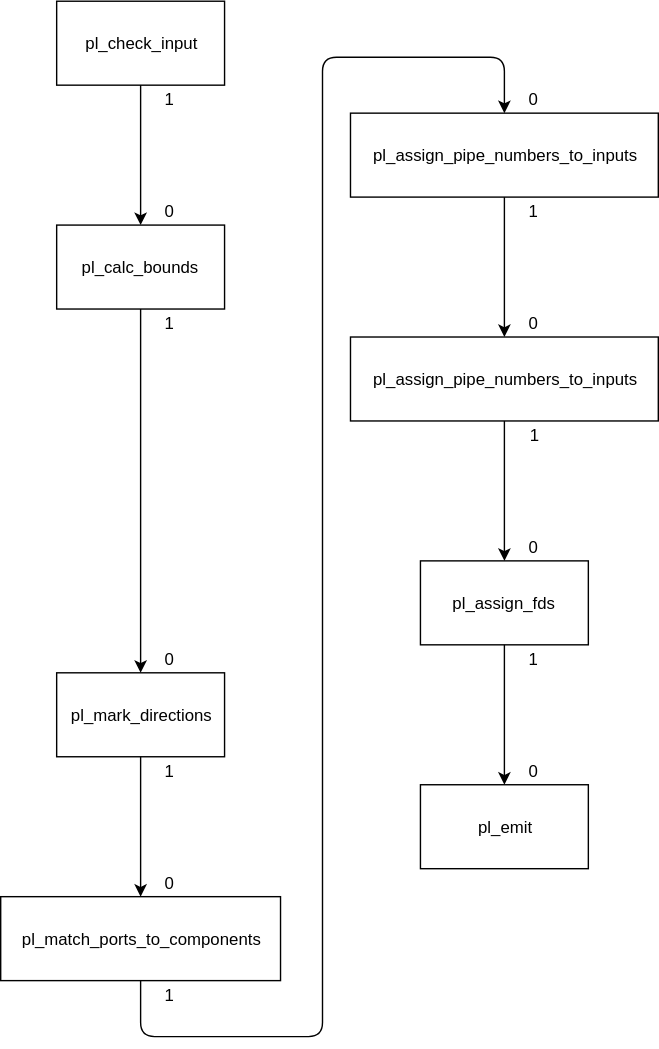
Above: bootstrap-svg/yed_compiler_as_svg.svg in bmfbp/bmfbp (draw.io), before the change. Source tidied: cells renumbered, new cells last; positions are measured from the earlier drawing's top-left corner, leaving out a move shared by most shapes. The source it was exported from:
```xml
<mxGraphModel>
  <root>
    <mxCell id="0" />
    <mxCell id="1" parent="0" />
    <mxCell id="2" value="pl_check_input" style="rounded=0;whiteSpace=wrap;" parent="1" vertex="1">
      <mxGeometry x="40" width="120" height="60" as="geometry" />
    </mxCell>
    <mxCell id="3" value="pl_calc_bounds" style="rounded=0;whiteSpace=wrap;" parent="1" vertex="1">
      <mxGeometry x="40" y="160" width="120" height="60" as="geometry" />
    </mxCell>
    <mxCell id="4" value="pl_mark_directions" style="rounded=0;whiteSpace=wrap;" parent="1" vertex="1">
      <mxGeometry x="40" y="480" width="120" height="60" as="geometry" />
    </mxCell>
    <mxCell id="5" value="pl_match_ports_to_components" style="rounded=0;whiteSpace=wrap;" parent="1" vertex="1">
      <mxGeometry y="640" width="200" height="60" as="geometry" />
    </mxCell>
    <mxCell id="6" value="pl_assign_pipe_numbers_to_inputs" style="rounded=0;whiteSpace=wrap;" parent="1" vertex="1">
      <mxGeometry x="250" y="80" width="220" height="60" as="geometry" />
    </mxCell>
    <mxCell id="7" value="pl_assign_pipe_numbers_to_inputs" style="rounded=0;whiteSpace=wrap;" parent="1" vertex="1">
      <mxGeometry x="250" y="240" width="220" height="60" as="geometry" />
    </mxCell>
    <mxCell id="8" value="pl_assign_fds" style="rounded=0;whiteSpace=wrap;" parent="1" vertex="1">
      <mxGeometry x="300" y="400" width="120" height="60" as="geometry" />
    </mxCell>
    <mxCell id="9" value="pl_emit" style="rounded=0;whiteSpace=wrap;" parent="1" vertex="1">
      <mxGeometry x="300" y="560" width="120" height="60" as="geometry" />
    </mxCell>
    <mxCell id="10" style="endArrow=classic;entryX=0.5;entryY=0;exitX=0.5;exitY=1;" parent="1" edge="1" source="2" target="3">
      <mxGeometry relative="1" as="geometry" />
    </mxCell>
    <mxCell id="11" style="endArrow=classic;entryX=0.5;entryY=0;exitX=0.5;exitY=1;" parent="1" edge="1" source="4" target="5">
      <mxGeometry relative="1" as="geometry" />
    </mxCell>
    <mxCell id="12" style="endArrow=classic;entryX=0.5;entryY=0;exitX=0.5;exitY=1;" parent="1" edge="1" source="6" target="7">
      <mxGeometry relative="1" as="geometry" />
    </mxCell>
    <mxCell id="13" style="endArrow=classic;entryX=0.5;entryY=0;exitX=0.5;exitY=1;" parent="1" edge="1" source="7" target="8">
      <mxGeometry relative="1" as="geometry" />
    </mxCell>
    <mxCell id="14" style="endArrow=classic;entryX=0.5;entryY=0;exitX=0.5;exitY=1;" parent="1" edge="1" source="8" target="9">
      <mxGeometry relative="1" as="geometry" />
    </mxCell>
    <mxCell id="15" style="endArrow=classic;entryX=0.5;entryY=0;exitX=0.5;exitY=1;" parent="1" edge="1" source="5" target="6">
      <mxGeometry relative="1" as="geometry">
        <Array as="points">
          <mxPoint x="100" y="740" />
          <mxPoint x="230" y="740" />
          <mxPoint x="230" y="40" />
          <mxPoint x="360" y="40" />
        </Array>
      </mxGeometry>
    </mxCell>
    <mxCell id="16" value="0" style="text;strokeColor=none;fillColor=none;align=center;verticalAlign=middle;whiteSpace=wrap;rounded=0;" parent="1" vertex="1">
      <mxGeometry x="100" y="140" width="40" height="20" as="geometry" />
    </mxCell>
    <mxCell id="17" value="0" style="text;strokeColor=none;fillColor=none;align=center;verticalAlign=middle;whiteSpace=wrap;rounded=0;" parent="1" vertex="1">
      <mxGeometry x="100" y="620" width="40" height="20" as="geometry" />
    </mxCell>
    <mxCell id="18" value="0" style="text;strokeColor=none;fillColor=none;align=center;verticalAlign=middle;whiteSpace=wrap;rounded=0;" parent="1" vertex="1">
      <mxGeometry x="100" y="460" width="40" height="20" as="geometry" />
    </mxCell>
    <mxCell id="19" value="0" style="text;strokeColor=none;fillColor=none;align=center;verticalAlign=middle;rounded=0;whiteSpace=wrap;" parent="1" vertex="1">
      <mxGeometry x="360" y="60" width="40" height="20" as="geometry" />
    </mxCell>
    <mxCell id="20" value="0" style="text;strokeColor=none;fillColor=none;align=center;verticalAlign=middle;whiteSpace=wrap;rounded=0;" parent="1" vertex="1">
      <mxGeometry x="360" y="220" width="40" height="20" as="geometry" />
    </mxCell>
    <mxCell id="21" value="0" style="text;strokeColor=none;fillColor=none;align=center;verticalAlign=middle;whiteSpace=wrap;rounded=0;" parent="1" vertex="1">
      <mxGeometry x="360" y="380" width="40" height="20" as="geometry" />
    </mxCell>
    <mxCell id="22" value="0" style="text;strokeColor=none;fillColor=none;align=center;verticalAlign=middle;whiteSpace=wrap;rounded=0;" parent="1" vertex="1">
      <mxGeometry x="360" y="540" width="40" height="20" as="geometry" />
    </mxCell>
    <mxCell id="23" value="1" style="text;strokeColor=none;fillColor=none;align=center;verticalAlign=middle;whiteSpace=wrap;rounded=0;" parent="1" vertex="1">
      <mxGeometry x="361" y="300" width="40" height="20" as="geometry" />
    </mxCell>
    <mxCell id="24" value="1" style="text;strokeColor=none;fillColor=none;align=center;verticalAlign=middle;whiteSpace=wrap;rounded=0;" parent="1" vertex="1">
      <mxGeometry x="100" y="60" width="40" height="20" as="geometry" />
    </mxCell>
    <mxCell id="25" value="1" style="text;strokeColor=none;fillColor=none;align=center;verticalAlign=middle;whiteSpace=wrap;rounded=0;" parent="1" vertex="1">
      <mxGeometry x="100" y="220" width="40" height="20" as="geometry" />
    </mxCell>
    <mxCell id="26" value="1" style="text;strokeColor=none;fillColor=none;align=center;verticalAlign=middle;whiteSpace=wrap;rounded=0;" parent="1" vertex="1">
      <mxGeometry x="360" y="140" width="40" height="20" as="geometry" />
    </mxCell>
    <mxCell id="27" value="1" style="text;strokeColor=none;fillColor=none;align=center;verticalAlign=middle;whiteSpace=wrap;rounded=0;" parent="1" vertex="1">
      <mxGeometry x="360" y="460" width="40" height="20" as="geometry" />
    </mxCell>
    <mxCell id="28" value="1" style="text;strokeColor=none;fillColor=none;align=center;verticalAlign=middle;whiteSpace=wrap;rounded=0;" parent="1" vertex="1">
      <mxGeometry x="100" y="700" width="40" height="20" as="geometry" />
    </mxCell>
    <mxCell id="29" value="1" style="text;strokeColor=none;fillColor=none;align=center;verticalAlign=middle;whiteSpace=wrap;rounded=0;" parent="1" vertex="1">
      <mxGeometry x="100" y="540" width="40" height="20" as="geometry" />
    </mxCell>
    <mxCell id="30" style="endArrow=classic;html=1;entryX=0.5;entryY=0;exitX=0.5;exitY=1;" parent="1" edge="1" source="3" target="4">
      <mxGeometry relative="1" as="geometry" />
    </mxCell>
  </root>
</mxGraphModel>
```
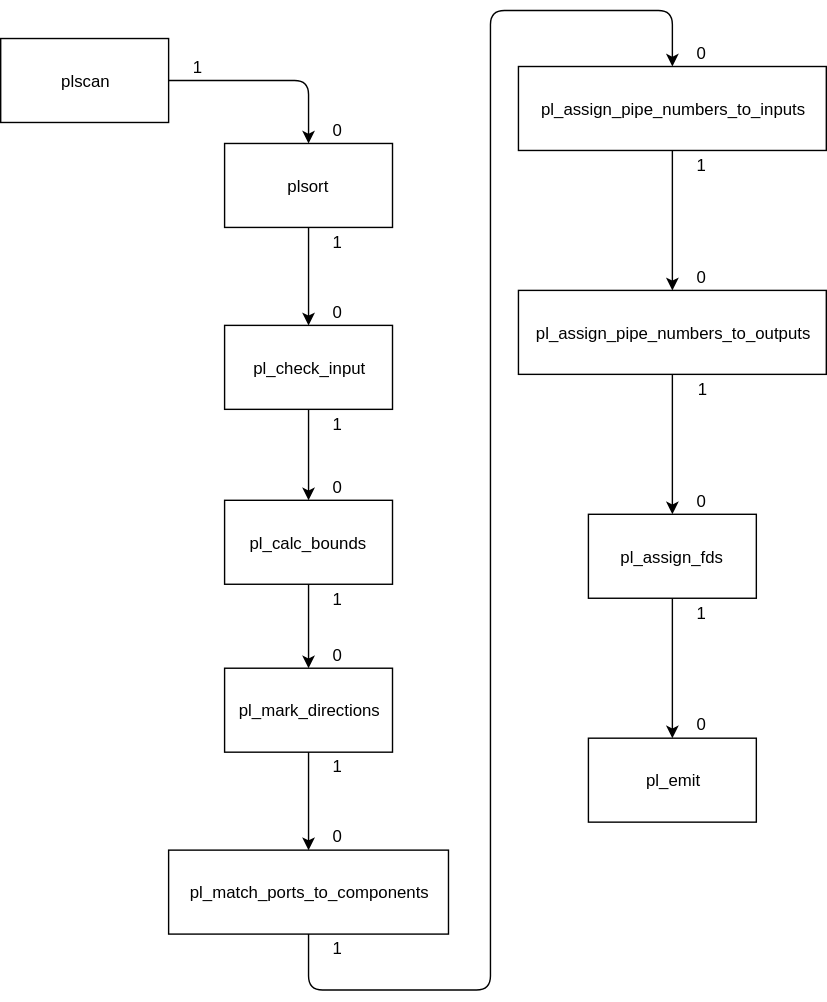
The same diagram one commit later.

Commit message:
created full blown yed_compiler_as_svg.svg mimicing the pl pipeline

The edit, as a diff of the source:
```diff
@@ -2,14 +2,14 @@
   <root>
     <mxCell id="0" />
     <mxCell id="1" parent="0" />
-    <mxCell id="2" value="pl_check_input" style="rounded=0;whiteSpace=wrap;" parent="1" vertex="1">
-      <mxGeometry x="40" width="120" height="60" as="geometry" />
+    <mxCell id="2" value="plscan" style="rounded=0;whiteSpace=wrap;" parent="1" vertex="1">
+      <mxGeometry x="-120" y="60" width="120" height="60" as="geometry" />
     </mxCell>
-    <mxCell id="3" value="pl_calc_bounds" style="rounded=0;whiteSpace=wrap;" parent="1" vertex="1">
-      <mxGeometry x="40" y="160" width="120" height="60" as="geometry" />
+    <mxCell id="3" value="plsort" style="rounded=0;whiteSpace=wrap;" parent="1" vertex="1">
+      <mxGeometry x="40" y="135" width="120" height="60" as="geometry" />
     </mxCell>
     <mxCell id="4" value="pl_mark_directions" style="rounded=0;whiteSpace=wrap;" parent="1" vertex="1">
-      <mxGeometry x="40" y="480" width="120" height="60" as="geometry" />
+      <mxGeometry x="40" y="510" width="120" height="60" as="geometry" />
     </mxCell>
     <mxCell id="5" value="pl_match_ports_to_components" style="rounded=0;whiteSpace=wrap;" parent="1" vertex="1">
       <mxGeometry y="640" width="200" height="60" as="geometry" />
@@ -17,7 +17,7 @@
     <mxCell id="6" value="pl_assign_pipe_numbers_to_inputs" style="rounded=0;whiteSpace=wrap;" parent="1" vertex="1">
       <mxGeometry x="250" y="80" width="220" height="60" as="geometry" />
     </mxCell>
-    <mxCell id="7" value="pl_assign_pipe_numbers_to_inputs" style="rounded=0;whiteSpace=wrap;" parent="1" vertex="1">
+    <mxCell id="7" value="pl_assign_pipe_numbers_to_outputs" style="rounded=0;whiteSpace=wrap;" parent="1" vertex="1">
       <mxGeometry x="250" y="240" width="220" height="60" as="geometry" />
     </mxCell>
     <mxCell id="8" value="pl_assign_fds" style="rounded=0;whiteSpace=wrap;" parent="1" vertex="1">
@@ -26,8 +26,12 @@
     <mxCell id="9" value="pl_emit" style="rounded=0;whiteSpace=wrap;" parent="1" vertex="1">
       <mxGeometry x="300" y="560" width="120" height="60" as="geometry" />
     </mxCell>
-    <mxCell id="10" style="endArrow=classic;entryX=0.5;entryY=0;exitX=0.5;exitY=1;" parent="1" edge="1" source="2" target="3">
-      <mxGeometry relative="1" as="geometry" />
+    <mxCell id="10" style="endArrow=classic;entryX=0.5;entryY=0;exitX=1;exitY=0.5;" parent="1" edge="1" source="2" target="3">
+      <mxGeometry relative="1" as="geometry">
+        <Array as="points">
+          <mxPoint x="100" y="90" />
+        </Array>
+      </mxGeometry>
     </mxCell>
     <mxCell id="11" style="endArrow=classic;entryX=0.5;entryY=0;exitX=0.5;exitY=1;" parent="1" edge="1" source="4" target="5">
       <mxGeometry relative="1" as="geometry" />
@@ -52,13 +56,13 @@
       </mxGeometry>
     </mxCell>
     <mxCell id="16" value="0" style="text;strokeColor=none;fillColor=none;align=center;verticalAlign=middle;whiteSpace=wrap;rounded=0;" parent="1" vertex="1">
-      <mxGeometry x="100" y="140" width="40" height="20" as="geometry" />
+      <mxGeometry x="100" y="115" width="40" height="20" as="geometry" />
     </mxCell>
     <mxCell id="17" value="0" style="text;strokeColor=none;fillColor=none;align=center;verticalAlign=middle;whiteSpace=wrap;rounded=0;" parent="1" vertex="1">
       <mxGeometry x="100" y="620" width="40" height="20" as="geometry" />
     </mxCell>
     <mxCell id="18" value="0" style="text;strokeColor=none;fillColor=none;align=center;verticalAlign=middle;whiteSpace=wrap;rounded=0;" parent="1" vertex="1">
-      <mxGeometry x="100" y="460" width="40" height="20" as="geometry" />
+      <mxGeometry x="100" y="490" width="40" height="20" as="geometry" />
     </mxCell>
     <mxCell id="19" value="0" style="text;strokeColor=none;fillColor=none;align=center;verticalAlign=middle;rounded=0;whiteSpace=wrap;" parent="1" vertex="1">
       <mxGeometry x="360" y="60" width="40" height="20" as="geometry" />
@@ -76,10 +80,10 @@
       <mxGeometry x="361" y="300" width="40" height="20" as="geometry" />
     </mxCell>
     <mxCell id="24" value="1" style="text;strokeColor=none;fillColor=none;align=center;verticalAlign=middle;whiteSpace=wrap;rounded=0;" parent="1" vertex="1">
-      <mxGeometry x="100" y="60" width="40" height="20" as="geometry" />
+      <mxGeometry y="70" width="40" height="20" as="geometry" />
     </mxCell>
     <mxCell id="25" value="1" style="text;strokeColor=none;fillColor=none;align=center;verticalAlign=middle;whiteSpace=wrap;rounded=0;" parent="1" vertex="1">
-      <mxGeometry x="100" y="220" width="40" height="20" as="geometry" />
+      <mxGeometry x="100" y="195" width="40" height="20" as="geometry" />
     </mxCell>
     <mxCell id="26" value="1" style="text;strokeColor=none;fillColor=none;align=center;verticalAlign=middle;whiteSpace=wrap;rounded=0;" parent="1" vertex="1">
       <mxGeometry x="360" y="140" width="40" height="20" as="geometry" />
@@ -91,10 +95,34 @@
       <mxGeometry x="100" y="700" width="40" height="20" as="geometry" />
     </mxCell>
     <mxCell id="29" value="1" style="text;strokeColor=none;fillColor=none;align=center;verticalAlign=middle;whiteSpace=wrap;rounded=0;" parent="1" vertex="1">
-      <mxGeometry x="100" y="540" width="40" height="20" as="geometry" />
+      <mxGeometry x="100" y="570" width="40" height="20" as="geometry" />
     </mxCell>
-    <mxCell id="30" style="endArrow=classic;html=1;entryX=0.5;entryY=0;exitX=0.5;exitY=1;" parent="1" edge="1" source="3" target="4">
+    <mxCell id="30" style="endArrow=classic;html=1;entryX=0.5;entryY=0;exitX=0.5;exitY=1;" parent="1" edge="1" source="32" target="4">
       <mxGeometry relative="1" as="geometry" />
     </mxCell>
+    <mxCell id="31" value="pl_check_input" style="rounded=0;whiteSpace=wrap;" parent="1" vertex="1">
+      <mxGeometry x="40" y="265" width="120" height="60" as="geometry" />
+    </mxCell>
+    <mxCell id="32" value="pl_calc_bounds" style="rounded=0;whiteSpace=wrap;" parent="1" vertex="1">
+      <mxGeometry x="40" y="390" width="120" height="60" as="geometry" />
+    </mxCell>
+    <mxCell id="33" style="endArrow=classic;entryX=0.5;entryY=0;exitX=0.5;exitY=1;" parent="1" edge="1" source="31" target="32">
+      <mxGeometry relative="1" as="geometry" />
+    </mxCell>
+    <mxCell id="34" value="0" style="text;strokeColor=none;fillColor=none;align=center;verticalAlign=middle;whiteSpace=wrap;rounded=0;" parent="1" vertex="1">
+      <mxGeometry x="100" y="370" width="40" height="20" as="geometry" />
+    </mxCell>
+    <mxCell id="35" value="1" style="text;strokeColor=none;fillColor=none;align=center;verticalAlign=middle;whiteSpace=wrap;rounded=0;" parent="1" vertex="1">
+      <mxGeometry x="100" y="325" width="40" height="20" as="geometry" />
+    </mxCell>
+    <mxCell id="36" value="1" style="text;strokeColor=none;fillColor=none;align=center;verticalAlign=middle;whiteSpace=wrap;rounded=0;" parent="1" vertex="1">
+      <mxGeometry x="100" y="450" width="40" height="20" as="geometry" />
+    </mxCell>
+    <mxCell id="37" style="endArrow=classic;html=1;exitX=0.5;exitY=1;entryX=0.5;entryY=0;" parent="1" edge="1" source="3" target="31">
+      <mxGeometry relative="1" as="geometry" />
+    </mxCell>
+    <mxCell id="38" value="0" style="text;strokeColor=none;fillColor=none;align=center;verticalAlign=middle;whiteSpace=wrap;rounded=0;" parent="1" vertex="1">
+      <mxGeometry x="100" y="245" width="40" height="20" as="geometry" />
+    </mxCell>
   </root>
 </mxGraphModel>
```
